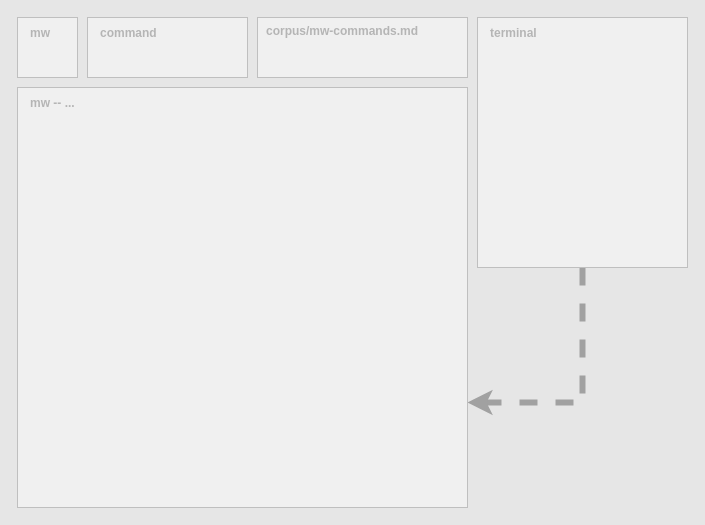
This is page "Page-1" (2 of 5) of theme-tracking.drawio from umamiMike/technical-mess-diagrams, a draw.io file, before an edit. Source tidied: cells renumbered, new cells numbered last; positions are measured from the earlier drawing's top-left corner, leaving out a move shared by most shapes. Both pictures are drawn from the tidied source at 100%, with x=0, y=0 at pixel (17, 17).
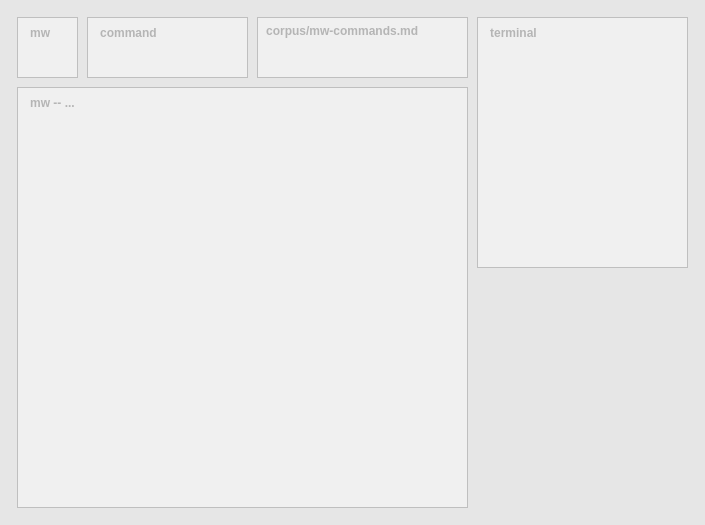
The same diagram, later.

Change to the diagram source:
```diff
@@
 <mxGraphModel background="#E6E6E6">
   <root>
     <mxCell id="0" />
     <mxCell id="1" parent="0" />
-    <mxCell id="2" style="edgeStyle=orthogonalEdgeStyle;rounded=0;jettySize=auto;html=1;exitX=0.5;exitY=1;exitDx=0;exitDy=0;entryX=1;entryY=0.75;entryDx=0;entryDy=0;dashed=1;strokeWidth=6;strokeColor=#A1A1A1;" parent="1" edge="1" source="3" target="4">
-      <mxGeometry relative="1" as="geometry" />
-    </mxCell>
     <mxCell id="3" value="terminal" style="rounded=0;html=1;verticalAlign=top;align=left;spacingTop=2;spacingLeft=11;fontStyle=1;strokeColor=#BFBFBF;fontColor=#B5B5B5;fillColor=#F0F0F0;" parent="1" vertex="1">
       <mxGeometry x="460" width="210" height="250" as="geometry" />
     </mxCell>
     <mxCell id="4" value="mw -- ..." style="rounded=0;html=1;verticalAlign=top;align=left;spacingTop=2;spacingLeft=11;fontStyle=1;strokeColor=#BFBFBF;fontColor=#B5B5B5;fillColor=#F0F0F0;" parent="1" vertex="1">
       <mxGeometry y="70" width="450" height="420" as="geometry" />
     </mxCell>
     <mxCell id="5" value="corpus/mw-commands.md" style="rounded=1;html=1;align=left;fontStyle=1;glass=0;verticalAlign=top;labelPosition=center;verticalLabelPosition=middle;spacingLeft=7;arcSize=0;strokeColor=#BFBFBF;fontColor=#B5B5B5;fillColor=#F0F0F0;" parent="1" vertex="1">
       <mxGeometry x="240" width="210" height="60" as="geometry" />
     </mxCell>
     <mxCell id="6" value="mw" style="rounded=0;html=1;verticalAlign=top;align=left;spacingTop=2;spacingLeft=11;fontStyle=1;strokeColor=#BFBFBF;fontColor=#B5B5B5;fillColor=#F0F0F0;" parent="1" vertex="1">
       <mxGeometry width="60" height="60" as="geometry" />
     </mxCell>
     <mxCell id="7" value="command" style="rounded=0;html=1;verticalAlign=top;align=left;spacingTop=2;spacingLeft=11;fontStyle=1;strokeColor=#BFBFBF;fontColor=#B5B5B5;fillColor=#F0F0F0;" parent="1" vertex="1">
       <mxGeometry x="70" width="160" height="60" as="geometry" />
     </mxCell>
   </root>
 </mxGraphModel>
```
